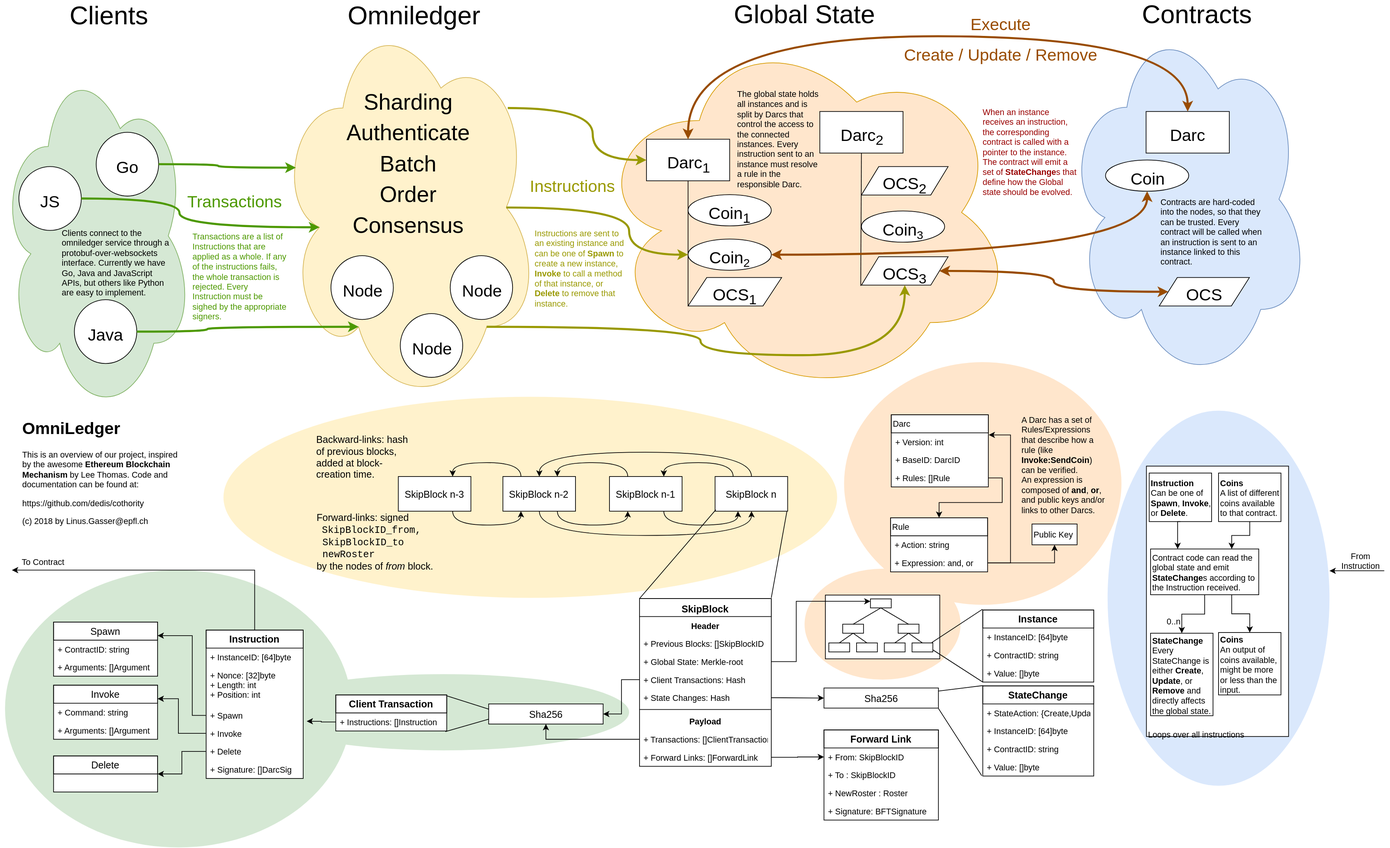
This is omniledger/Omniledger.svg from dedis/cothority, a draw.io export, as it was before one commit. Source tidied: cells renumbered, new cells last; positions are measured from the earlier drawing's top-left corner, leaving out a move shared by most shapes.
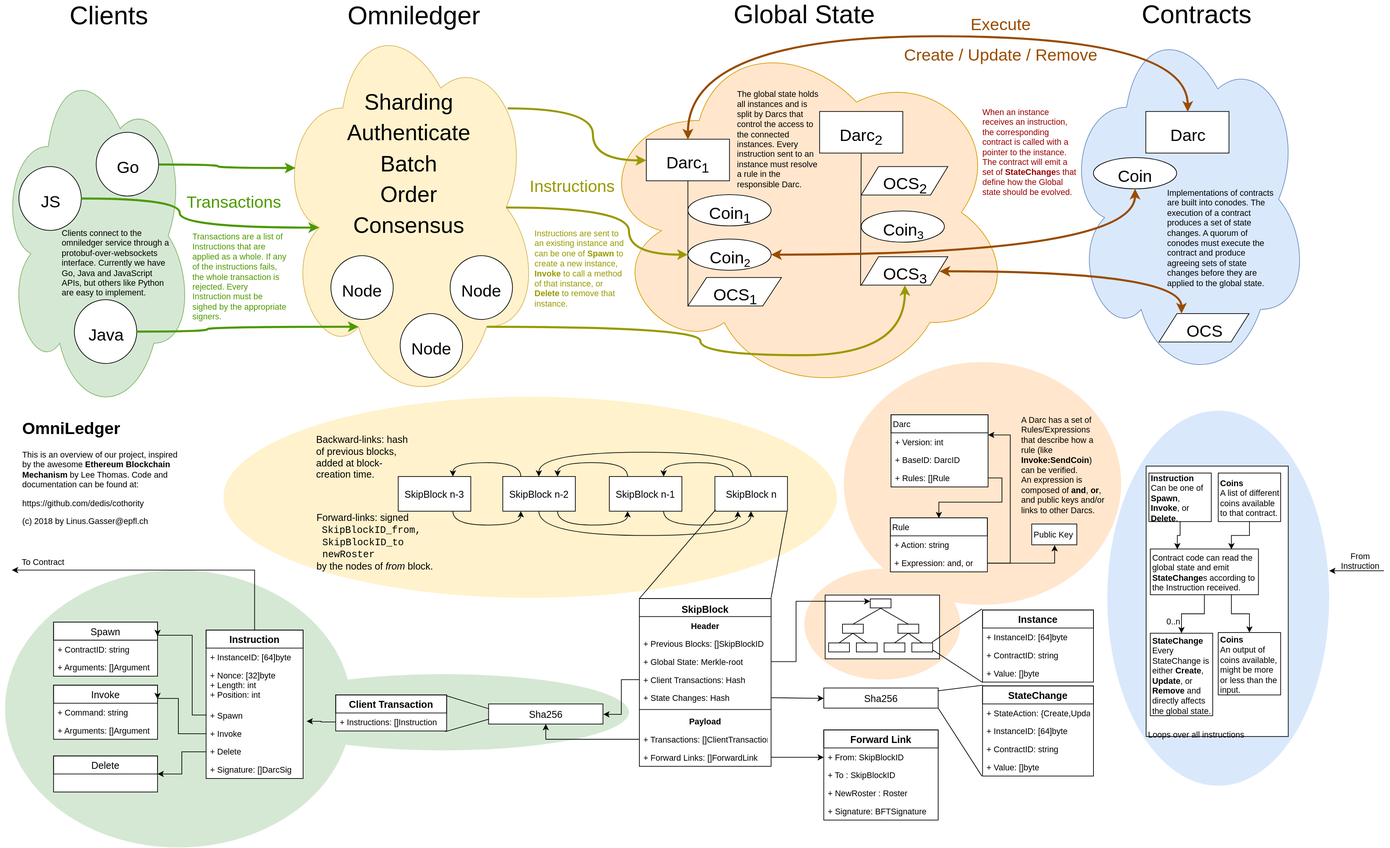
The same diagram one commit later.

Commit message:
reword contract description

Change to the diagram source:
```diff
@@ -319,10 +319,10 @@
       <mxGeometry x="1652.5" y="160.5" width="120" height="60" as="geometry" />
     </mxCell>
     <mxCell id="102" value="&lt;font style=&quot;font-size: 24px&quot;&gt;OCS&lt;/font&gt;" style="shape=parallelogram;perimeter=parallelogramPerimeter;whiteSpace=wrap;html=1;labelBackgroundColor=none;fontSize=37;align=center;" parent="1" vertex="1">
-      <mxGeometry x="1671.5" y="400" width="130" height="41" as="geometry" />
+      <mxGeometry x="1671.5" y="452" width="130" height="41" as="geometry" />
     </mxCell>
     <mxCell id="103" value="&lt;font style=&quot;font-size: 24px&quot;&gt;Coin&lt;/font&gt;" style="ellipse;whiteSpace=wrap;html=1;labelBackgroundColor=none;fontSize=37;align=center;" parent="1" vertex="1">
-      <mxGeometry x="1594" y="230.5" width="120" height="45" as="geometry" />
+      <mxGeometry x="1577" y="227" width="120" height="45" as="geometry" />
     </mxCell>
     <mxCell id="104" style="edgeStyle=orthogonalEdgeStyle;curved=1;rounded=0;html=1;exitX=0.88;exitY=0.25;exitPerimeter=0;entryX=0;entryY=0.5;endArrow=classic;endFill=1;jettySize=auto;fontSize=37;strokeWidth=3;strokeColor=#999900;" parent="1" edge="1" source="24" target="91">
       <mxGeometry relative="1" as="geometry" />
@@ -365,7 +365,7 @@
     <mxCell id="110" style="edgeStyle=orthogonalEdgeStyle;curved=1;rounded=0;html=1;exitX=1;exitY=0.5;entryX=0.5;entryY=1;endArrow=classic;endFill=1;jettySize=auto;strokeColor=#994C00;strokeWidth=3;fontSize=37;fontColor=#999900;startArrow=classic;startFill=1;" parent="1" edge="1" source="94" target="103">
       <mxGeometry relative="1" as="geometry" />
     </mxCell>
-    <mxCell id="111" style="edgeStyle=orthogonalEdgeStyle;curved=1;rounded=0;html=1;exitX=1;exitY=0.5;entryX=0;entryY=0.5;endArrow=classic;endFill=1;jettySize=auto;strokeColor=#994C00;strokeWidth=3;fontSize=37;fontColor=#999900;startArrow=classic;startFill=1;" parent="1" edge="1" source="99" target="102">
+    <mxCell id="111" style="edgeStyle=orthogonalEdgeStyle;curved=1;rounded=0;html=1;exitX=1;exitY=0.5;endArrow=classic;endFill=1;jettySize=auto;strokeColor=#994C00;strokeWidth=3;fontSize=37;fontColor=#999900;startArrow=classic;startFill=1;entryX=0.25;entryY=0;" parent="1" edge="1" source="99" target="102">
       <mxGeometry relative="1" as="geometry" />
     </mxCell>
     <mxCell id="112" style="edgeStyle=orthogonalEdgeStyle;rounded=0;html=1;exitX=1;exitY=0.5;entryX=0;entryY=0.25;endArrow=classic;endFill=1;jettySize=auto;fontSize=14;" parent="1" edge="1" source="34" target="77">
@@ -522,8 +522,8 @@
     <mxCell id="154" value="Clients connect to the omniledger service through a protobuf-over-websockets interface. Currently we have Go, Java and JavaScript APIs, but others like Python are easy to implement." style="text;html=1;strokeColor=none;fillColor=none;align=left;verticalAlign=top;whiteSpace=wrap;rounded=0;labelBackgroundColor=none;fontSize=12;fontColor=#000000;" parent="1" vertex="1">
       <mxGeometry x="87" y="322" width="158" height="123" as="geometry" />
     </mxCell>
-    <mxCell id="155" value="Contracts are hard-coded into the nodes, so that they can be trusted. Every contract will be called when an instruction is sent to an instance linked to this contract." style="text;html=1;strokeColor=none;fillColor=none;align=left;verticalAlign=top;whiteSpace=wrap;rounded=0;labelBackgroundColor=none;fontSize=12;fontColor=#000000;" parent="1" vertex="1">
-      <mxGeometry x="1671.5" y="277.5" width="158" height="123" as="geometry" />
+    <mxCell id="155" value="Implementations of contracts are built into conodes. The execution of a contract produces a set of state changes. A quorum of conodes must execute the contract and produce agreeing sets of state changes before they are applied to the global state." style="text;html=1;strokeColor=none;fillColor=none;align=left;verticalAlign=top;whiteSpace=wrap;rounded=0;labelBackgroundColor=none;fontSize=12;fontColor=#000000;" parent="1" vertex="1">
+      <mxGeometry x="1681.5" y="264.5" width="158" height="123" as="geometry" />
     </mxCell>
     <mxCell id="156" value="Darc" style="swimlane;fontStyle=0;horizontal=1;startSize=26;fillColor=none;swimlaneFillColor=#ffffff;labelBackgroundColor=none;fontSize=12;fontColor=#000000;align=left;" parent="1" vertex="1">
       <mxGeometry x="1285" y="598" width="140" height="104" as="geometry" />
```
